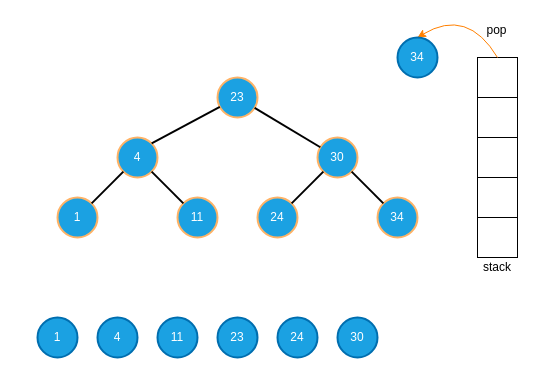
This is page "32" (32 of 34) of diagrams/binary_tree_inorder_non_recursive.drawio from burpeesDaily/forest-python, a draw.io file, before an edit. Source tidied: cells renumbered, new cells numbered last; positions are measured from the earlier drawing's top-left corner, leaving out a move shared by most shapes. Both pictures are drawn from the tidied source at 100%, with x=0, y=0 at pixel (17, 7).
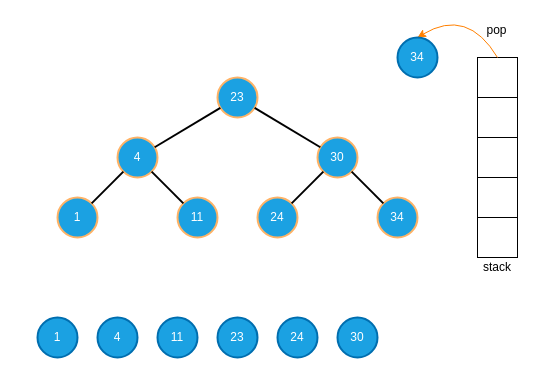
Above is the later version.

The change refers to these unchanged cells:
```xml
<mxCell id="3" value="23" style="ellipse;whiteSpace=wrap;html=1;strokeColor=#FFB366;strokeWidth=2;fillColor=#1ba1e2;fontColor=#ffffff;" parent="1" vertex="1">
  <mxGeometry x="200" y="70" width="40" height="40" as="geometry" />
</mxCell>
<mxCell id="4" value="4" style="ellipse;whiteSpace=wrap;html=1;strokeColor=#FFB366;strokeWidth=2;fillColor=#1ba1e2;fontColor=#ffffff;" parent="1" vertex="1">
  <mxGeometry x="100" y="130" width="40" height="40" as="geometry" />
</mxCell>
```

Diff of the diagram source:
```diff
@@
-    <mxCell id="10" style="endArrow=none;html=1;strokeColor=#000000;strokeWidth=2;exitX=1;exitY=0;exitDx=0;exitDy=0;" parent="1" edge="1" source="4" target="3">
+    <mxCell id="10" style="endArrow=none;html=1;strokeColor=#000000;strokeWidth=2;" parent="1" edge="1" source="4" target="3">
       <mxGeometry relative="1" as="geometry" />
     </mxCell>
```
